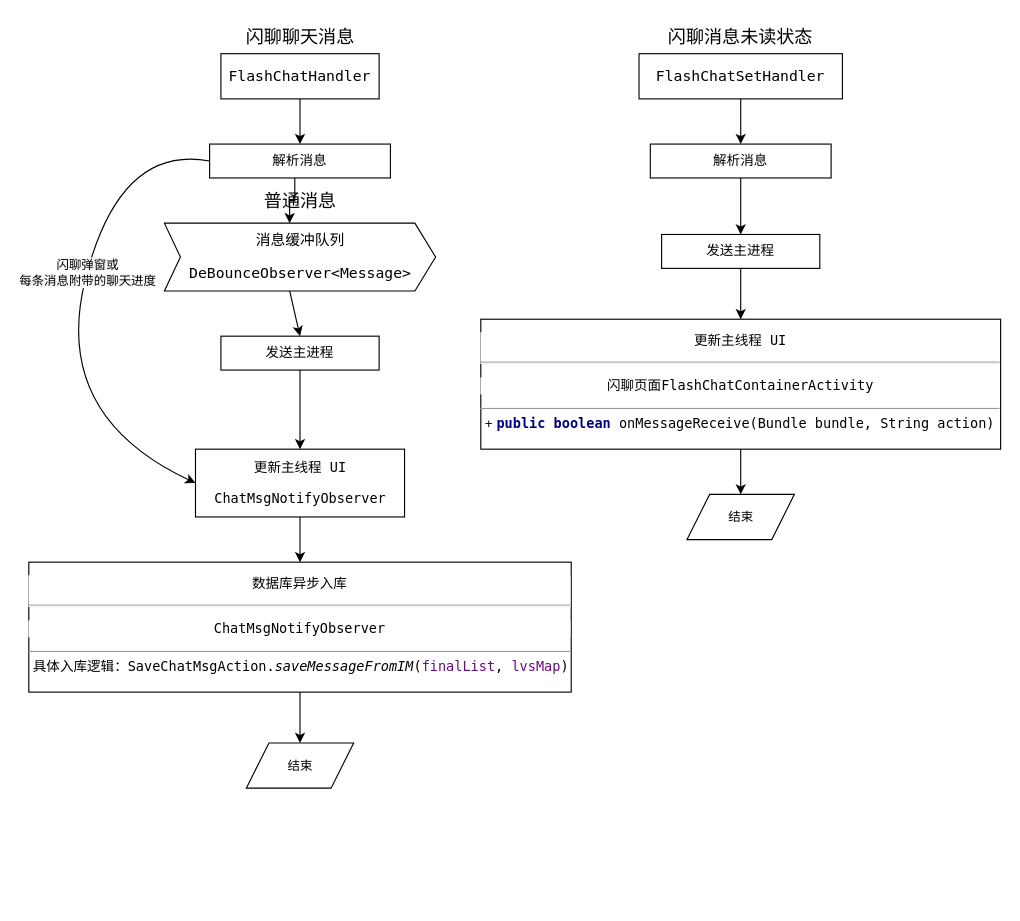
This is raw/Untitled Diagram.drawio from OPHsysbilla/RawScripts, a draw.io file, before an edit. Source tidied: cells renumbered, new cells numbered last; positions are measured from the earlier drawing's top-left corner, leaving out a move shared by most shapes. Both pictures are drawn from the tidied source at 113%, with x=0, y=0 at pixel (28, 19).
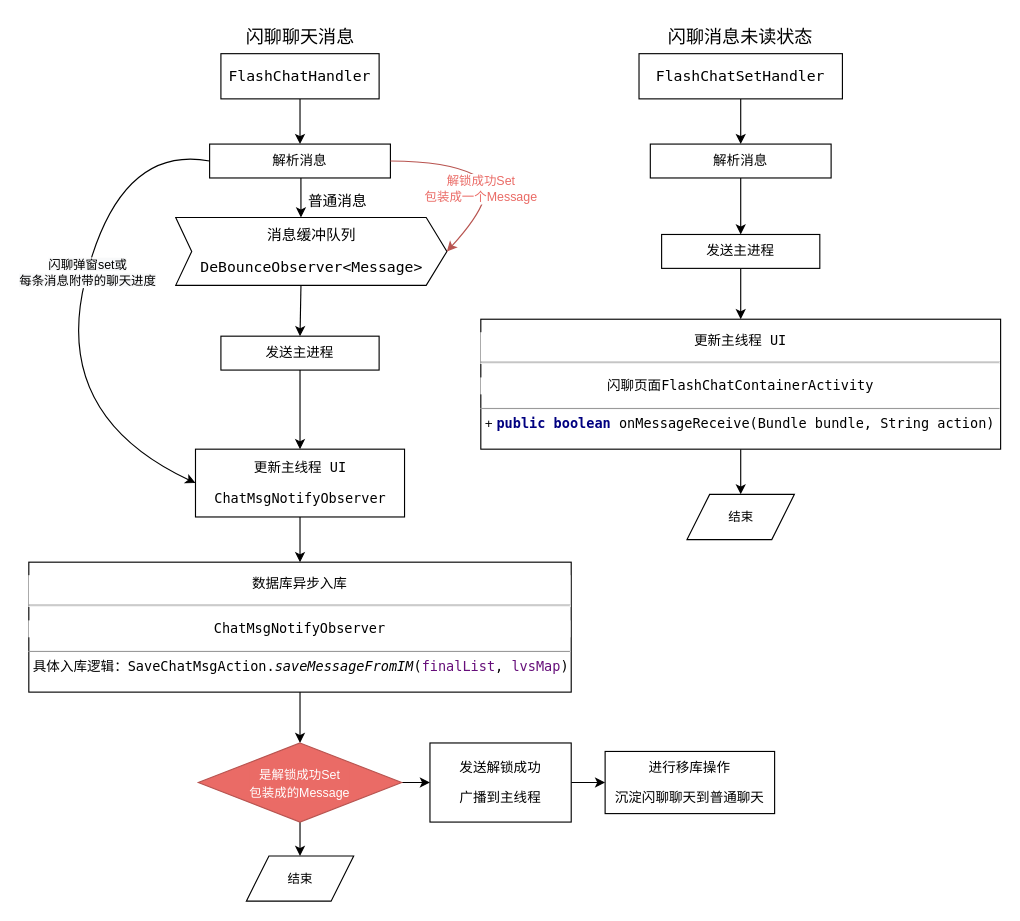
After the change.

Unchanged cells that the change refers to:
```xml
<mxCell id="9" value="解析消息" style="rounded=0;whiteSpace=wrap;html=1;fontSize=12;" parent="1" vertex="1">
  <mxGeometry x="160" y="110" width="160" height="30" as="geometry" />
</mxCell>
<mxCell id="21" style="curved=1;endArrow=classic;html=1;fontSize=12;entryX=0;entryY=0.5;entryDx=0;entryDy=0;exitX=0;exitY=0.5;exitDx=0;exitDy=0;" parent="1" edge="1" source="9" target="14">
  <mxGeometry relative="1" as="geometry">
    <Array as="points">
      <mxPoint x="80" y="110" />
      <mxPoint x="20" y="350" />
    </Array>
  </mxGeometry>
</mxCell>
<mxCell id="28" value="&lt;pre style=&quot;text-align: center ; background-color: rgb(255 , 255 , 255) ; font-family: &amp;#34;menlo&amp;#34; ; font-size: 9pt&quot;&gt;&lt;pre style=&quot;font-size: 9pt ; font-family: &amp;#34;menlo&amp;#34;&quot;&gt;&lt;pre style=&quot;font-size: 9pt ; font-family: &amp;#34;menlo&amp;#34;&quot;&gt;数据库异步入库&lt;/pre&gt;&lt;/pre&gt;&lt;hr&gt;&lt;/pre&gt;&lt;pre style=&quot;text-align: center ; background-color: rgb(255 , 255 , 255) ; font-family: &amp;#34;menlo&amp;#34; ; font-size: 9pt&quot;&gt;&lt;pre style=&quot;font-size: 9pt ; font-family: &amp;#34;menlo&amp;#34;&quot;&gt;&lt;pre style=&quot;font-size: 9pt ; font-family: &amp;#34;menlo&amp;#34;&quot;&gt;ChatMsgNotifyObserver&lt;/pre&gt;&lt;/pre&gt;&lt;/pre&gt;&lt;hr size=&quot;1&quot;&gt;&lt;p style=&quot;margin: 0px ; margin-left: 4px&quot;&gt;具体入库逻辑：&lt;span style=&quot;background-color: rgb(255 , 255 , 255) ; font-family: &amp;#34;menlo&amp;#34; ; font-size: 9pt ; text-align: center&quot;&gt;SaveChatMsgAction.&lt;/span&gt;&lt;span style=&quot;font-family: &amp;#34;menlo&amp;#34; ; font-size: 9pt ; text-align: center ; font-style: italic&quot;&gt;saveMessageFromIM&lt;/span&gt;&lt;span style=&quot;background-color: rgb(255 , 255 , 255) ; font-family: &amp;#34;menlo&amp;#34; ; font-size: 9pt ; text-align: center&quot;&gt;(&lt;/span&gt;&lt;span style=&quot;font-family: &amp;#34;menlo&amp;#34; ; font-size: 9pt ; text-align: center ; color: rgb(102 , 14 , 122)&quot;&gt;finalList&lt;/span&gt;&lt;span style=&quot;background-color: rgb(255 , 255 , 255) ; font-family: &amp;#34;menlo&amp;#34; ; font-size: 9pt ; text-align: center&quot;&gt;, &lt;/span&gt;&lt;span style=&quot;font-family: &amp;#34;menlo&amp;#34; ; font-size: 9pt ; text-align: center ; color: rgb(102 , 14 , 122)&quot;&gt;lvsMap&lt;/span&gt;&lt;span style=&quot;background-color: rgb(255 , 255 , 255) ; font-family: &amp;#34;menlo&amp;#34; ; font-size: 9pt ; text-align: center&quot;&gt;)&lt;/span&gt;&lt;/p&gt;" style="verticalAlign=top;align=left;overflow=fill;fontSize=12;fontFamily=Helvetica;html=1;" parent="1" vertex="1">
  <mxGeometry y="480" width="480" height="115" as="geometry" />
</mxCell>
```

Change to the diagram source:
```diff
@@
-    <mxCell id="10" value="普通消息" style="text;html=1;align=center;verticalAlign=middle;fontSize=16;" parent="1" vertex="1">
-      <mxGeometry x="200" y="150" width="80" height="20" as="geometry" />
+    <mxCell id="10" value="普通消息" style="text;html=1;align=center;verticalAlign=middle;fontSize=13;" parent="1" vertex="1">
+      <mxGeometry x="237.5" y="150" width="70" height="20" as="geometry" />
     </mxCell>
@@
     <mxCell id="15" value="&lt;pre style=&quot;background-color: rgb(255 , 255 , 255) ; font-family: &amp;#34;menlo&amp;#34; ; font-size: 9.8pt&quot;&gt;消息缓冲队列&lt;/pre&gt;&lt;pre style=&quot;background-color: rgb(255 , 255 , 255) ; font-family: &amp;#34;menlo&amp;#34; ; font-size: 9.8pt&quot;&gt;DeBounceObserver&amp;lt;Message&amp;gt;&lt;/pre&gt;" style="html=1;shadow=0;dashed=0;align=center;verticalAlign=middle;shape=mxgraph.arrows2.arrow;dy=0;dx=18.33;notch=14.17;fontSize=12;" parent="1" vertex="1">
-      <mxGeometry x="120" y="180" width="240" height="60" as="geometry" />
+      <mxGeometry x="130" y="175" width="240" height="60" as="geometry" />
     </mxCell>
@@
-    <mxCell id="22" value="&lt;span style=&quot;background-color: rgb(248 , 249 , 250)&quot;&gt;闪聊弹窗或&lt;/span&gt;&lt;br style=&quot;background-color: rgb(248 , 249 , 250)&quot;&gt;&lt;span style=&quot;background-color: rgb(248 , 249 , 250)&quot;&gt;每条消息附带的聊天进度&lt;/span&gt;" style="edgeLabel;html=1;align=center;verticalAlign=middle;fontSize=11;" parent="21" vertex="1">
+    <mxCell id="22" value="&lt;span style=&quot;background-color: rgb(248 , 249 , 250)&quot;&gt;闪聊弹窗set或&lt;/span&gt;&lt;br style=&quot;background-color: rgb(248 , 249 , 250)&quot;&gt;&lt;span style=&quot;background-color: rgb(248 , 249 , 250)&quot;&gt;每条消息附带的聊天进度&lt;/span&gt;" style="edgeLabel;html=1;align=center;verticalAlign=middle;fontSize=11;" parent="21" vertex="1">
       <mxGeometry x="-0.16" relative="1" as="geometry">
         <mxPoint y="1" as="offset" />
       </mxGeometry>
     </mxCell>
@@
     <mxCell id="25" value="结束" style="shape=parallelogram;perimeter=parallelogramPerimeter;whiteSpace=wrap;html=1;fixedSize=1;fontSize=11;" parent="1" vertex="1">
-      <mxGeometry x="192.5" y="640" width="95" height="40" as="geometry" />
+      <mxGeometry x="192.5" y="740" width="95" height="40" as="geometry" />
     </mxCell>
@@
-    <mxCell id="27" style="edgeStyle=orthogonalEdgeStyle;rounded=0;jettySize=auto;html=1;fontSize=11;" parent="1" edge="1" source="28" target="25">
-      <mxGeometry relative="1" as="geometry" />
-    </mxCell>
+    <mxCell id="29" style="edgeStyle=orthogonalEdgeStyle;rounded=0;jettySize=auto;html=1;fontSize=13;" parent="1" edge="1" source="28" target="34">
+      <mxGeometry relative="1" as="geometry" />
+    </mxCell>
@@
+    <mxCell id="30" style="curved=1;endArrow=classic;html=1;fontSize=11;exitX=1;exitY=0.5;exitDx=0;exitDy=0;entryX=1;entryY=0.5;entryDx=0;entryDy=0;entryPerimeter=0;fontColor=#EA6B66;fillColor=#f8cecc;strokeColor=#b85450;" parent="1" edge="1" source="9" target="15">
+      <mxGeometry relative="1" as="geometry">
+        <Array as="points">
+          <mxPoint x="370" y="125" />
+          <mxPoint x="420" y="150" />
+        </Array>
+      </mxGeometry>
+    </mxCell>
+    <mxCell id="31" value="解锁成功Set&lt;br&gt;包装成一个Message" style="edgeLabel;html=1;align=center;verticalAlign=middle;fontSize=11;fontColor=#EA6B66;" parent="30" vertex="1">
+      <mxGeometry x="-0.24" y="1" relative="1" as="geometry">
+        <mxPoint x="12.9" y="17.6" as="offset" />
+      </mxGeometry>
+    </mxCell>
+    <mxCell id="32" style="edgeStyle=orthogonalEdgeStyle;rounded=0;jettySize=auto;html=1;fontSize=13;" parent="1" edge="1" source="34" target="36">
+      <mxGeometry relative="1" as="geometry" />
+    </mxCell>
+    <mxCell id="33" style="edgeStyle=orthogonalEdgeStyle;rounded=0;jettySize=auto;html=1;fontSize=13;" parent="1" edge="1" source="34" target="25">
+      <mxGeometry relative="1" as="geometry" />
+    </mxCell>
+    <mxCell id="34" value="&lt;span style=&quot;font-size: 11px;&quot;&gt;是解锁成功Set&lt;/span&gt;&lt;br style=&quot;font-size: 11px&quot;&gt;&lt;span style=&quot;font-size: 11px;&quot;&gt;包装成的Message&lt;/span&gt;" style="rhombus;whiteSpace=wrap;html=1;fontSize=13;strokeColor=#b85450;fontColor=#FFFFFF;labelBackgroundColor=#EA6B66;fillColor=#EA6B66;" parent="1" vertex="1">
+      <mxGeometry x="150" y="640" width="180" height="70" as="geometry" />
+    </mxCell>
+    <mxCell id="35" style="edgeStyle=orthogonalEdgeStyle;rounded=0;jettySize=auto;html=1;fontSize=13;" parent="1" edge="1" source="36" target="37">
+      <mxGeometry relative="1" as="geometry" />
+    </mxCell>
+    <mxCell id="36" value="&lt;pre style=&quot;background-color: rgb(255 , 255 , 255) ; font-family: &amp;#34;menlo&amp;#34; ; font-size: 9pt&quot;&gt;发送解锁成功&lt;/pre&gt;&lt;pre style=&quot;background-color: rgb(255 , 255 , 255) ; font-family: &amp;#34;menlo&amp;#34; ; font-size: 9pt&quot;&gt;广播到主线程&lt;/pre&gt;" style="rounded=0;whiteSpace=wrap;html=1;" parent="1" vertex="1">
+      <mxGeometry x="355" y="640" width="125" height="70" as="geometry" />
+    </mxCell>
+    <mxCell id="37" value="&lt;pre style=&quot;background-color: rgb(255 , 255 , 255) ; font-family: &amp;#34;menlo&amp;#34; ; font-size: 9pt&quot;&gt;进行移库操作&lt;/pre&gt;&lt;pre style=&quot;background-color: rgb(255 , 255 , 255) ; font-family: &amp;#34;menlo&amp;#34; ; font-size: 9pt&quot;&gt;&lt;span style=&quot;font-size: 9pt&quot;&gt;沉淀&lt;/span&gt;闪聊聊天到普通聊天&lt;/pre&gt;" style="rounded=0;whiteSpace=wrap;html=1;" parent="1" vertex="1">
+      <mxGeometry x="510" y="647.5" width="150" height="55" as="geometry" />
+    </mxCell>
```
